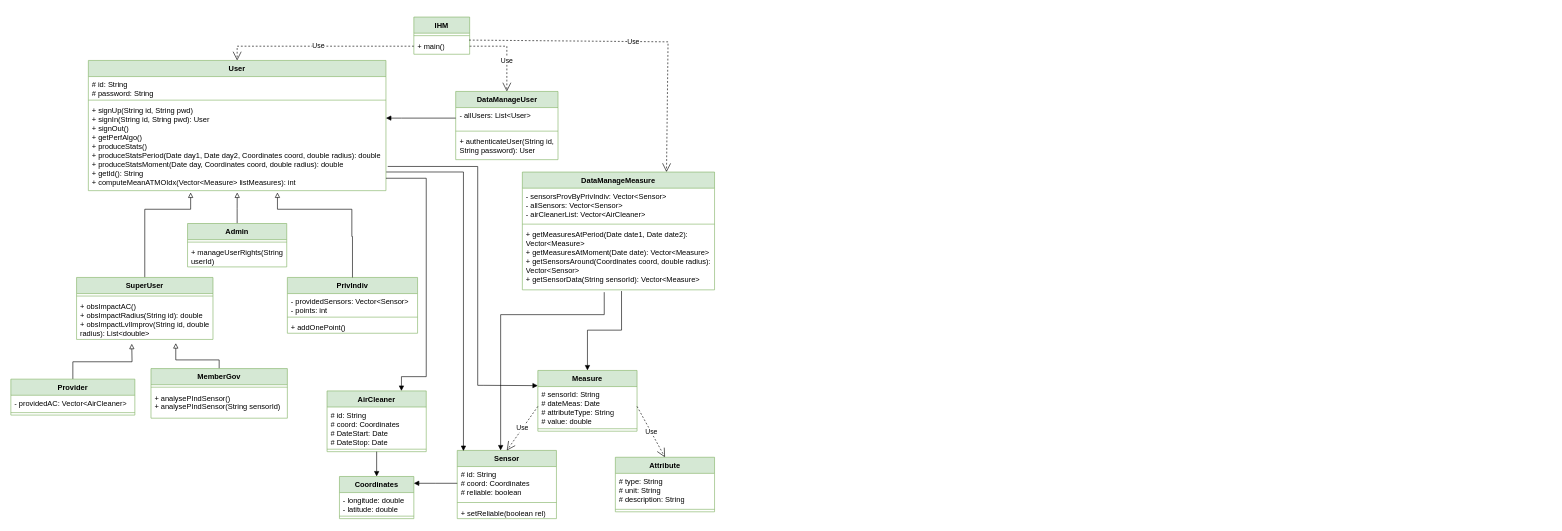
NourJadiri/AirWatcher keeps this draw.io diagram as UML stuff/classDiag.drawio. Above is the earlier version. Source tidied: cells renumbered, new cells numbered last; positions are measured from the earlier drawing's top-left corner, leaving out a move shared by most shapes. Both pictures are drawn from the tidied source at 62%, with x=0, y=0 at pixel (11, 17).
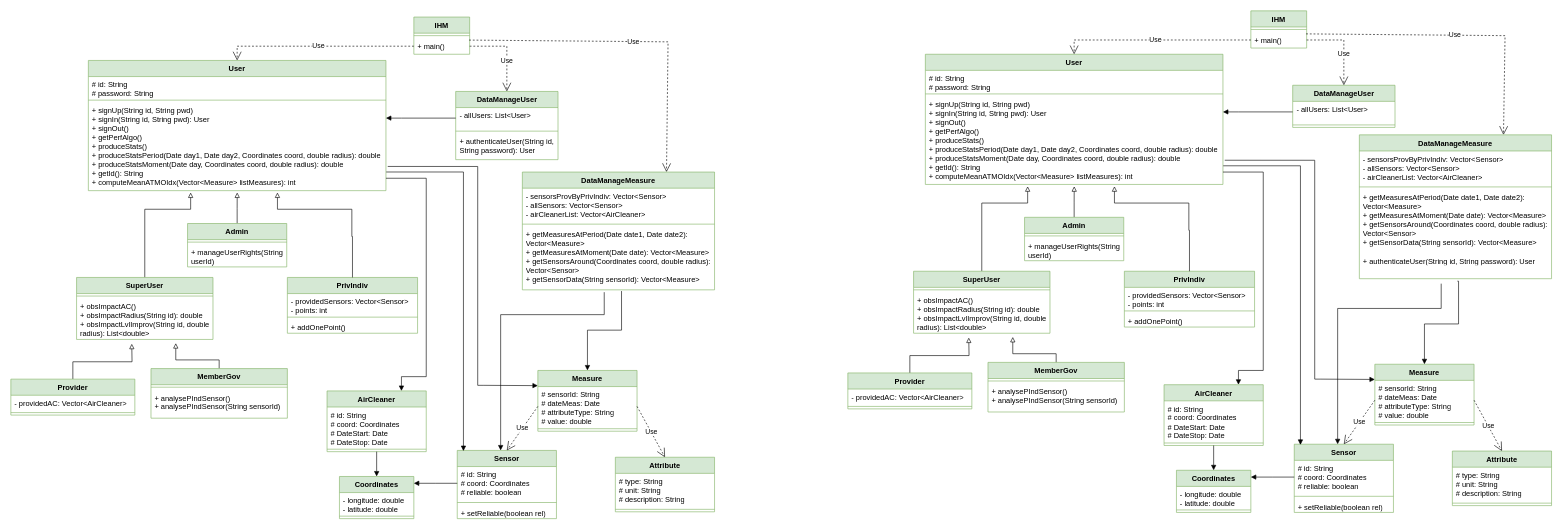
The same page after the edit.

Commit message:
Mettre à jour classDiag.drawio

The edit, as a diff of the source:
```diff
@@
+    <mxCell id="67" value="User" style="swimlane;fontStyle=1;align=center;verticalAlign=top;horizontal=1;startSize=26;whiteSpace=wrap;html=1;fillColor=#d5e8d4;strokeColor=#82b366;" parent="1" vertex="1">
+      <mxGeometry x="1475" y="60" width="480" height="210" as="geometry" />
+    </mxCell>
+    <mxCell id="68" value="# id: String&lt;br&gt;# password: String" style="text;strokeColor=none;fillColor=none;align=left;verticalAlign=top;spacingLeft=4;spacingRight=4;overflow=hidden;whiteSpace=wrap;html=1;" parent="67" vertex="1">
+      <mxGeometry y="26" width="480" height="34" as="geometry" />
+    </mxCell>
+    <mxCell id="69" style="line;strokeWidth=1;fillColor=none;align=left;verticalAlign=middle;spacingTop=-1;spacingLeft=3;spacingRight=3;labelPosition=right;strokeColor=inherit;" parent="67" vertex="1">
+      <mxGeometry y="60" width="480" height="8" as="geometry" />
+    </mxCell>
+    <mxCell id="70" value="+ signUp(String id, String pwd)&lt;br&gt;+ signIn(String id, String pwd): User&lt;br&gt;+ signOut()&lt;br&gt;+ getPerfAlgo()&lt;br&gt;+ produceStats()&lt;br&gt;+ produceStatsPeriod(Date day1, Date day2, Coordinates coord, double radius): double&lt;br&gt;+ produceStatsMoment(Date day, Coordinates coord, double radius): double&lt;br&gt;+ getId(): String&lt;br&gt;+ computeMeanATMOIdx(Vector&amp;lt;Measure&amp;gt; listMeasures): int" style="text;strokeColor=none;fillColor=none;align=left;verticalAlign=top;spacingLeft=4;spacingRight=4;overflow=hidden;points=[[0,0.5],[1,0.5]];portConstraint=eastwest;whiteSpace=wrap;html=1;" parent="67" vertex="1">
+      <mxGeometry y="68" width="480" height="142" as="geometry" />
+    </mxCell>
+    <mxCell id="71" style="edgeStyle=orthogonalEdgeStyle;rounded=0;jettySize=auto;html=1;exitX=0.5;exitY=0;exitDx=0;exitDy=0;endArrow=block;endFill=0;" parent="1" edge="1" source="72">
+      <mxGeometry relative="1" as="geometry">
+        <mxPoint x="1715.1" y="273" as="targetPoint" />
+      </mxGeometry>
+    </mxCell>
+    <mxCell id="72" value="Admin" style="swimlane;fontStyle=1;align=center;verticalAlign=top;horizontal=1;startSize=26;whiteSpace=wrap;html=1;fillColor=#d5e8d4;strokeColor=#82b366;" parent="1" vertex="1">
+      <mxGeometry x="1635" y="323" width="160" height="70" as="geometry" />
+    </mxCell>
+    <mxCell id="73" style="line;strokeWidth=1;fillColor=none;align=left;verticalAlign=middle;spacingTop=-1;spacingLeft=3;spacingRight=3;labelPosition=right;strokeColor=inherit;" parent="72" vertex="1">
+      <mxGeometry y="26" width="160" height="8" as="geometry" />
+    </mxCell>
+    <mxCell id="74" value="+ manageUserRights(String userId)" style="text;strokeColor=none;fillColor=none;align=left;verticalAlign=top;spacingLeft=4;spacingRight=4;overflow=hidden;whiteSpace=wrap;html=1;" parent="72" vertex="1">
+      <mxGeometry y="34" width="160" height="36" as="geometry" />
+    </mxCell>
+    <mxCell id="75" style="edgeStyle=orthogonalEdgeStyle;rounded=0;jettySize=auto;html=1;exitX=0.5;exitY=0;exitDx=0;exitDy=0;endArrow=block;endFill=0;targetPerimeterSpacing=0;strokeWidth=1;" parent="1" edge="1" source="81">
+      <mxGeometry relative="1" as="geometry">
+        <mxPoint x="1640" y="273" as="targetPoint" />
+        <Array as="points">
+          <mxPoint x="1566" y="300" />
+          <mxPoint x="1640" y="300" />
+        </Array>
+      </mxGeometry>
+    </mxCell>
+    <mxCell id="76" value="PrivIndiv" style="swimlane;fontStyle=1;align=center;verticalAlign=top;horizontal=1;startSize=26;whiteSpace=wrap;html=1;fillColor=#d5e8d4;strokeColor=#82b366;" parent="1" vertex="1">
+      <mxGeometry x="1796" y="410" width="210" height="90" as="geometry" />
+    </mxCell>
+    <mxCell id="77" value="- providedSensors: Vector&amp;lt;Sensor&amp;gt;&lt;br&gt;- points: int" style="text;strokeColor=none;fillColor=none;align=left;verticalAlign=top;spacingLeft=4;spacingRight=4;overflow=hidden;whiteSpace=wrap;html=1;" parent="76" vertex="1">
+      <mxGeometry y="26" width="210" height="34" as="geometry" />
+    </mxCell>
+    <mxCell id="78" style="line;strokeWidth=1;fillColor=none;align=left;verticalAlign=middle;spacingTop=-1;spacingLeft=3;spacingRight=3;labelPosition=right;strokeColor=inherit;" parent="76" vertex="1">
+      <mxGeometry y="60" width="210" height="8" as="geometry" />
+    </mxCell>
+    <mxCell id="79" value="+ addOnePoint()" style="text;strokeColor=none;fillColor=none;align=left;verticalAlign=top;spacingLeft=4;spacingRight=4;overflow=hidden;whiteSpace=wrap;html=1;" parent="76" vertex="1">
+      <mxGeometry y="68" width="210" height="22" as="geometry" />
+    </mxCell>
+    <mxCell id="80" style="edgeStyle=orthogonalEdgeStyle;rounded=0;jettySize=auto;html=1;endArrow=block;endFill=0;exitX=0.5;exitY=0;exitDx=0;exitDy=0;" parent="1" edge="1" source="76">
+      <mxGeometry relative="1" as="geometry">
+        <mxPoint x="1780" y="273" as="targetPoint" />
+        <Array as="points">
+          <mxPoint x="1901" y="344" />
+          <mxPoint x="1900" y="300" />
+          <mxPoint x="1780" y="300" />
+        </Array>
+      </mxGeometry>
+    </mxCell>
+    <mxCell id="81" value="SuperUser" style="swimlane;fontStyle=1;align=center;verticalAlign=top;horizontal=1;startSize=26;whiteSpace=wrap;html=1;fillColor=#d5e8d4;strokeColor=#82b366;" parent="1" vertex="1">
+      <mxGeometry x="1456" y="410" width="220" height="100" as="geometry" />
+    </mxCell>
+    <mxCell id="82" style="line;strokeWidth=1;fillColor=none;align=left;verticalAlign=middle;spacingTop=-1;spacingLeft=3;spacingRight=3;labelPosition=right;strokeColor=inherit;" parent="81" vertex="1">
+      <mxGeometry y="26" width="220" height="8" as="geometry" />
+    </mxCell>
+    <mxCell id="83" value="+ obsImpactAC()&lt;br&gt;+ obsImpactRadius(String id): double&lt;br&gt;+ obsImpactLvlImprov(String id, double radius): List&amp;lt;double&amp;gt;" style="text;strokeColor=none;fillColor=none;align=left;verticalAlign=top;spacingLeft=4;spacingRight=4;overflow=hidden;whiteSpace=wrap;html=1;" parent="81" vertex="1">
+      <mxGeometry y="34" width="220" height="66" as="geometry" />
+    </mxCell>
+    <mxCell id="84" style="edgeStyle=orthogonalEdgeStyle;rounded=0;jettySize=auto;html=1;endArrow=block;endFill=0;exitX=0.5;exitY=0;exitDx=0;exitDy=0;" parent="1" edge="1" source="86">
+      <mxGeometry relative="1" as="geometry">
+        <mxPoint x="1545" y="517" as="targetPoint" />
+      </mxGeometry>
+    </mxCell>
+    <mxCell id="85" style="edgeStyle=orthogonalEdgeStyle;rounded=0;jettySize=auto;html=1;endArrow=block;endFill=0;" parent="1" edge="1" source="112">
+      <mxGeometry relative="1" as="geometry">
+        <mxPoint x="1616" y="516" as="targetPoint" />
+        <Array as="points">
+          <mxPoint x="1686" y="543" />
+          <mxPoint x="1616" y="543" />
+        </Array>
+      </mxGeometry>
+    </mxCell>
+    <mxCell id="86" value="Provider" style="swimlane;fontStyle=1;align=center;verticalAlign=top;horizontal=1;startSize=26;whiteSpace=wrap;html=1;fillColor=#d5e8d4;strokeColor=#82b366;" parent="1" vertex="1">
+      <mxGeometry x="1350" y="574" width="200" height="58" as="geometry" />
+    </mxCell>
+    <mxCell id="87" value="- providedAC: Vector&amp;lt;AirCleaner&amp;gt;" style="text;strokeColor=none;fillColor=none;align=left;verticalAlign=top;spacingLeft=4;spacingRight=4;overflow=hidden;whiteSpace=wrap;html=1;" parent="86" vertex="1">
+      <mxGeometry y="26" width="200" height="24" as="geometry" />
+    </mxCell>
+    <mxCell id="88" style="line;strokeWidth=1;fillColor=none;align=left;verticalAlign=middle;spacingTop=-1;spacingLeft=3;spacingRight=3;labelPosition=right;strokeColor=inherit;" parent="86" vertex="1">
+      <mxGeometry y="50" width="200" height="8" as="geometry" />
+    </mxCell>
+    <mxCell id="89" value="Coordinates" style="swimlane;fontStyle=1;align=center;verticalAlign=top;horizontal=1;startSize=26;whiteSpace=wrap;html=1;fillColor=#d5e8d4;strokeColor=#82b366;" parent="1" vertex="1">
+      <mxGeometry x="1880" y="731" width="120" height="68" as="geometry" />
+    </mxCell>
+    <mxCell id="90" value="- longitude: double&lt;br&gt;- latitude: double" style="text;strokeColor=none;fillColor=none;align=left;verticalAlign=top;spacingLeft=4;spacingRight=4;overflow=hidden;whiteSpace=wrap;html=1;" parent="89" vertex="1">
+      <mxGeometry y="26" width="120" height="34" as="geometry" />
+    </mxCell>
+    <mxCell id="91" style="line;strokeWidth=1;fillColor=none;align=left;verticalAlign=middle;spacingTop=-1;spacingLeft=3;spacingRight=3;labelPosition=right;strokeColor=inherit;" parent="89" vertex="1">
+      <mxGeometry y="60" width="120" height="8" as="geometry" />
+    </mxCell>
+    <mxCell id="92" value="IHM" style="swimlane;fontStyle=1;align=center;verticalAlign=top;horizontal=1;startSize=26;whiteSpace=wrap;html=1;fillColor=#d5e8d4;strokeColor=#82b366;" parent="1" vertex="1">
+      <mxGeometry x="2000" y="-10" width="90" height="60" as="geometry" />
+    </mxCell>
+    <mxCell id="93" style="line;strokeWidth=1;fillColor=none;align=left;verticalAlign=middle;spacingTop=-1;spacingLeft=3;spacingRight=3;labelPosition=right;strokeColor=inherit;" parent="92" vertex="1">
+      <mxGeometry y="26" width="90" height="8" as="geometry" />
+    </mxCell>
+    <mxCell id="94" value="+ main()" style="text;strokeColor=none;fillColor=none;align=left;verticalAlign=top;spacingLeft=4;spacingRight=4;overflow=hidden;points=[[0,0.5],[1,0.5]];portConstraint=eastwest;whiteSpace=wrap;html=1;" parent="92" vertex="1">
+      <mxGeometry y="34" width="90" height="26" as="geometry" />
+    </mxCell>
+    <mxCell id="95" value="Sensor" style="swimlane;fontStyle=1;align=center;verticalAlign=top;horizontal=1;startSize=26;whiteSpace=wrap;html=1;fillColor=#d5e8d4;strokeColor=#82b366;" parent="1" vertex="1">
+      <mxGeometry x="2070" y="689" width="160" height="110" as="geometry" />
+    </mxCell>
+    <mxCell id="96" value="# id: String&lt;br&gt;# coord: Coordinates&lt;br&gt;# reliable: boolean" style="text;strokeColor=none;fillColor=none;align=left;verticalAlign=top;spacingLeft=4;spacingRight=4;overflow=hidden;points=[[0,0.5],[1,0.5]];portConstraint=eastwest;whiteSpace=wrap;html=1;" parent="95" vertex="1">
+      <mxGeometry y="26" width="160" height="54" as="geometry" />
+    </mxCell>
+    <mxCell id="97" style="line;strokeWidth=1;fillColor=none;align=left;verticalAlign=middle;spacingTop=-1;spacingLeft=3;spacingRight=3;labelPosition=right;strokeColor=inherit;" parent="95" vertex="1">
+      <mxGeometry y="80" width="160" height="8" as="geometry" />
+    </mxCell>
+    <mxCell id="98" value="+ setReliable(boolean rel)" style="text;strokeColor=none;fillColor=none;align=left;verticalAlign=top;spacingLeft=4;spacingRight=4;overflow=hidden;whiteSpace=wrap;html=1;" parent="95" vertex="1">
+      <mxGeometry y="88" width="160" height="22" as="geometry" />
+    </mxCell>
+    <mxCell id="99" value="AirCleaner" style="swimlane;fontStyle=1;align=center;verticalAlign=top;horizontal=1;startSize=26;whiteSpace=wrap;html=1;fillColor=#d5e8d4;strokeColor=#82b366;" parent="1" vertex="1">
+      <mxGeometry x="1860" y="593" width="160" height="98" as="geometry" />
+    </mxCell>
+    <mxCell id="100" value="# id: String&lt;br&gt;# coord: Coordinates&lt;br&gt;# DateStart: Date&lt;br&gt;# DateStop: Date" style="text;strokeColor=none;fillColor=none;align=left;verticalAlign=top;spacingLeft=4;spacingRight=4;overflow=hidden;whiteSpace=wrap;html=1;" parent="99" vertex="1">
+      <mxGeometry y="26" width="160" height="64" as="geometry" />
+    </mxCell>
+    <mxCell id="101" style="line;strokeWidth=1;fillColor=none;align=left;verticalAlign=middle;spacingTop=-1;spacingLeft=3;spacingRight=3;labelPosition=right;strokeColor=inherit;" parent="99" vertex="1">
+      <mxGeometry y="90" width="160" height="8" as="geometry" />
+    </mxCell>
+    <mxCell id="102" value="Measure" style="swimlane;fontStyle=1;align=center;verticalAlign=top;horizontal=1;startSize=26;whiteSpace=wrap;html=1;fillColor=#d5e8d4;strokeColor=#82b366;" parent="1" vertex="1">
+      <mxGeometry x="2200" y="560" width="160" height="98" as="geometry" />
+    </mxCell>
+    <mxCell id="103" value="# sensorId: String&lt;br&gt;# dateMeas: Date&lt;br&gt;# attributeType: String&lt;br&gt;# value: double" style="text;strokeColor=none;fillColor=none;align=left;verticalAlign=top;spacingLeft=4;spacingRight=4;overflow=hidden;points=[[0,0.5],[1,0.5]];portConstraint=eastwest;whiteSpace=wrap;html=1;" parent="102" vertex="1">
+      <mxGeometry y="26" width="160" height="64" as="geometry" />
+    </mxCell>
+    <mxCell id="104" style="line;strokeWidth=1;fillColor=none;align=left;verticalAlign=middle;spacingTop=-1;spacingLeft=3;spacingRight=3;labelPosition=right;strokeColor=inherit;" parent="102" vertex="1">
+      <mxGeometry y="90" width="160" height="8" as="geometry" />
+    </mxCell>
+    <mxCell id="105" value="Attribute" style="swimlane;fontStyle=1;align=center;verticalAlign=top;horizontal=1;startSize=26;whiteSpace=wrap;html=1;fillColor=#d5e8d4;strokeColor=#82b366;" parent="1" vertex="1">
+      <mxGeometry x="2325" y="700" width="160" height="88" as="geometry" />
+    </mxCell>
+    <mxCell id="106" value="# type: String&lt;br&gt;# unit: String&lt;br&gt;# description: String" style="text;strokeColor=none;fillColor=none;align=left;verticalAlign=top;spacingLeft=4;spacingRight=4;overflow=hidden;whiteSpace=wrap;html=1;" parent="105" vertex="1">
+      <mxGeometry y="26" width="160" height="54" as="geometry" />
+    </mxCell>
+    <mxCell id="107" style="line;strokeWidth=1;fillColor=none;align=left;verticalAlign=middle;spacingTop=-1;spacingLeft=3;spacingRight=3;labelPosition=right;strokeColor=inherit;" parent="105" vertex="1">
+      <mxGeometry y="80" width="160" height="8" as="geometry" />
+    </mxCell>
+    <mxCell id="108" value="Use" style="endArrow=open;endSize=12;dashed=1;html=1;rounded=0;exitX=0;exitY=0.5;exitDx=0;exitDy=0;entryX=0.5;entryY=0;entryDx=0;entryDy=0;" parent="1" edge="1" source="94" target="67">
+      <mxGeometry relative="1" as="geometry">
+        <Array as="points">
+          <mxPoint x="1715" y="37" />
+        </Array>
+      </mxGeometry>
+    </mxCell>
+    <mxCell id="109" value="Use" style="endArrow=open;endSize=12;dashed=1;html=1;rounded=0;exitX=0.99;exitY=0.121;exitDx=0;exitDy=0;entryX=0.75;entryY=0;entryDx=0;entryDy=0;exitPerimeter=0;" parent="1" edge="1" source="94" target="117">
+      <mxGeometry relative="1" as="geometry">
+        <Array as="points">
+          <mxPoint x="2410" y="30" />
+        </Array>
+      </mxGeometry>
+    </mxCell>
+    <mxCell id="110" value="Use" style="endArrow=open;endSize=12;dashed=1;html=1;rounded=0;exitX=0;exitY=0.5;exitDx=0;exitDy=0;entryX=0.5;entryY=0;entryDx=0;entryDy=0;" parent="1" edge="1" source="103" target="95">
+      <mxGeometry relative="1" as="geometry" />
+    </mxCell>
+    <mxCell id="111" value="Use" style="endArrow=open;endSize=12;dashed=1;html=1;rounded=0;exitX=1;exitY=0.5;exitDx=0;exitDy=0;entryX=0.5;entryY=0;entryDx=0;entryDy=0;" parent="1" edge="1" source="103" target="105">
+      <mxGeometry relative="1" as="geometry" />
+    </mxCell>
+    <mxCell id="112" value="MemberGov" style="swimlane;fontStyle=1;align=center;verticalAlign=top;horizontal=1;startSize=26;whiteSpace=wrap;html=1;fillColor=#d5e8d4;strokeColor=#82b366;" parent="1" vertex="1">
+      <mxGeometry x="1576" y="557" width="220" height="80" as="geometry" />
+    </mxCell>
+    <mxCell id="113" style="line;strokeWidth=1;fillColor=none;align=left;verticalAlign=middle;spacingTop=-1;spacingLeft=3;spacingRight=3;labelPosition=right;strokeColor=inherit;" parent="112" vertex="1">
+      <mxGeometry y="26" width="220" height="8" as="geometry" />
+    </mxCell>
+    <mxCell id="114" value="+ analysePIndSensor()&lt;br&gt;+ analysePIndSensor(String sensorId)" style="text;strokeColor=none;fillColor=none;align=left;verticalAlign=top;spacingLeft=4;spacingRight=4;overflow=hidden;whiteSpace=wrap;html=1;" parent="112" vertex="1">
+      <mxGeometry y="34" width="220" height="46" as="geometry" />
+    </mxCell>
+    <mxCell id="115" style="endArrow=block;endFill=1;html=1;edgeStyle=orthogonalEdgeStyle;align=left;verticalAlign=top;rounded=0;exitX=0.5;exitY=1;exitDx=0;exitDy=0;entryX=0.5;entryY=0;entryDx=0;entryDy=0;" parent="1" edge="1" source="99" target="89">
+      <mxGeometry x="-1" relative="1" as="geometry" />
+    </mxCell>
+    <mxCell id="116" style="endArrow=block;endFill=1;html=1;edgeStyle=orthogonalEdgeStyle;align=left;verticalAlign=top;rounded=0;exitX=0;exitY=0.5;exitDx=0;exitDy=0;" parent="1" edge="1" source="96">
+      <mxGeometry x="-1" relative="1" as="geometry">
+        <mxPoint x="2000" y="742" as="targetPoint" />
+      </mxGeometry>
+    </mxCell>
+    <mxCell id="117" value="DataManageMeasure" style="swimlane;fontStyle=1;align=center;verticalAlign=top;horizontal=1;startSize=26;whiteSpace=wrap;html=1;fillColor=#d5e8d4;strokeColor=#82b366;" parent="1" vertex="1">
+      <mxGeometry x="2175" y="190" width="310" height="232" as="geometry" />
+    </mxCell>
+    <mxCell id="118" value="- sensorsProvByPrivIndiv: Vector&amp;lt;Sensor&amp;gt;&lt;br&gt;- allSensors: Vector&amp;lt;Sensor&amp;gt;&lt;br&gt;- airCleanerList: Vector&amp;lt;AirCleaner&amp;gt;" style="text;strokeColor=none;fillColor=none;align=left;verticalAlign=top;spacingLeft=4;spacingRight=4;overflow=hidden;whiteSpace=wrap;html=1;" parent="117" vertex="1">
+      <mxGeometry y="26" width="310" height="54" as="geometry" />
+    </mxCell>
+    <mxCell id="119" style="line;strokeWidth=1;fillColor=none;align=left;verticalAlign=middle;spacingTop=-1;spacingLeft=3;spacingRight=3;labelPosition=right;strokeColor=inherit;" parent="117" vertex="1">
+      <mxGeometry y="80" width="310" height="8" as="geometry" />
+    </mxCell>
+    <mxCell id="120" value="+ getMeasuresAtPeriod(Date date1, Date date2): Vector&amp;lt;Measure&amp;gt;&lt;br&gt;+ getMeasuresAtMoment(Date date): Vector&amp;lt;Measure&amp;gt;&lt;br&gt;+ getSensorsAround(Coordinates coord, double radius): Vector&amp;lt;Sensor&amp;gt;&lt;br&gt;+ getSensorData(String sensorId): Vector&amp;lt;Measure&amp;gt;" style="text;strokeColor=none;fillColor=none;align=left;verticalAlign=top;spacingLeft=4;spacingRight=4;overflow=hidden;whiteSpace=wrap;html=1;" parent="117" vertex="1">
+      <mxGeometry y="88" width="310" height="102" as="geometry" />
+    </mxCell>
+    <mxCell id="121" value="+ authenticateUser(String id, String password): User" style="text;strokeColor=none;fillColor=none;align=left;verticalAlign=top;spacingLeft=4;spacingRight=4;overflow=hidden;points=[[0,0.5],[1,0.5]];portConstraint=eastwest;whiteSpace=wrap;html=1;" parent="117" vertex="1">
+      <mxGeometry y="190" width="310" height="42" as="geometry" />
+    </mxCell>
+    <mxCell id="122" value="DataManageUser" style="swimlane;fontStyle=1;align=center;verticalAlign=top;horizontal=1;startSize=26;whiteSpace=wrap;html=1;fillColor=#d5e8d4;strokeColor=#82b366;" parent="1" vertex="1">
+      <mxGeometry x="2067.5" y="110" width="165" height="68" as="geometry" />
+    </mxCell>
+    <mxCell id="123" value="- allUsers: List&amp;lt;User&amp;gt;" style="text;strokeColor=none;fillColor=none;align=left;verticalAlign=top;spacingLeft=4;spacingRight=4;overflow=hidden;points=[[0,0.5],[1,0.5]];portConstraint=eastwest;whiteSpace=wrap;html=1;" parent="122" vertex="1">
+      <mxGeometry y="26" width="165" height="34" as="geometry" />
+    </mxCell>
+    <mxCell id="124" style="line;strokeWidth=1;fillColor=none;align=left;verticalAlign=middle;spacingTop=-1;spacingLeft=3;spacingRight=3;labelPosition=right;strokeColor=inherit;" parent="122" vertex="1">
+      <mxGeometry y="60" width="165" height="8" as="geometry" />
+    </mxCell>
+    <mxCell id="125" style="endArrow=block;endFill=1;html=1;edgeStyle=orthogonalEdgeStyle;align=left;verticalAlign=top;rounded=0;exitX=0;exitY=0.5;exitDx=0;exitDy=0;" parent="1" edge="1" source="123" target="70">
+      <mxGeometry x="-1" relative="1" as="geometry">
+        <Array as="points">
+          <mxPoint x="1980" y="153" />
+          <mxPoint x="1980" y="153" />
+        </Array>
+      </mxGeometry>
+    </mxCell>
+    <mxCell id="126" value="Use" style="endArrow=open;endSize=12;dashed=1;html=1;rounded=0;exitX=1;exitY=0.5;exitDx=0;exitDy=0;entryX=0.5;entryY=0;entryDx=0;entryDy=0;" parent="1" edge="1" source="94" target="122">
+      <mxGeometry x="0.25" relative="1" as="geometry">
+        <Array as="points">
+          <mxPoint x="2150" y="37" />
+        </Array>
+      </mxGeometry>
+    </mxCell>
+    <mxCell id="127" style="endArrow=block;endFill=1;html=1;edgeStyle=orthogonalEdgeStyle;align=left;verticalAlign=top;rounded=0;exitX=0.51;exitY=1.095;exitDx=0;exitDy=0;exitPerimeter=0;entryX=0.5;entryY=0;entryDx=0;entryDy=0;" parent="1" edge="1" source="121" target="102">
+      <mxGeometry x="-1" relative="1" as="geometry">
+        <Array as="points">
+          <mxPoint x="2335" y="426" />
+          <mxPoint x="2335" y="495" />
+          <mxPoint x="2280" y="495" />
+        </Array>
+      </mxGeometry>
+    </mxCell>
+    <mxCell id="128" style="endArrow=block;endFill=1;html=1;edgeStyle=orthogonalEdgeStyle;align=left;verticalAlign=top;rounded=0;" parent="1" edge="1">
+      <mxGeometry x="-1" relative="1" as="geometry">
+        <mxPoint x="2307" y="430" as="sourcePoint" />
+        <mxPoint x="2140" y="689" as="targetPoint" />
+        <Array as="points">
+          <mxPoint x="2307" y="470" />
+          <mxPoint x="2140" y="470" />
+          <mxPoint x="2140" y="689" />
+        </Array>
+      </mxGeometry>
+    </mxCell>
+    <mxCell id="129" style="endArrow=block;endFill=1;html=1;edgeStyle=orthogonalEdgeStyle;align=left;verticalAlign=top;rounded=0;entryX=0.75;entryY=0;entryDx=0;entryDy=0;" parent="1" edge="1" source="70" target="99">
+      <mxGeometry x="-1" relative="1" as="geometry">
+        <Array as="points">
+          <mxPoint x="2020" y="250" />
+          <mxPoint x="2020" y="570" />
+          <mxPoint x="1980" y="570" />
+        </Array>
+      </mxGeometry>
+    </mxCell>
+    <mxCell id="130" style="endArrow=block;endFill=1;html=1;edgeStyle=orthogonalEdgeStyle;align=left;verticalAlign=top;rounded=0;exitX=1.001;exitY=0.788;exitDx=0;exitDy=0;exitPerimeter=0;" parent="1" edge="1" source="70">
+      <mxGeometry x="-1" relative="1" as="geometry">
+        <mxPoint x="2080" y="690" as="targetPoint" />
+        <Array as="points">
+          <mxPoint x="2080" y="240" />
+          <mxPoint x="2080" y="688" />
+        </Array>
+      </mxGeometry>
+    </mxCell>
+    <mxCell id="131" style="endArrow=block;endFill=1;html=1;edgeStyle=orthogonalEdgeStyle;align=left;verticalAlign=top;rounded=0;exitX=1.006;exitY=0.725;exitDx=0;exitDy=0;exitPerimeter=0;entryX=0;entryY=0.25;entryDx=0;entryDy=0;" parent="1" edge="1" source="70" target="102">
+      <mxGeometry x="-1" relative="1" as="geometry">
+        <Array as="points">
+          <mxPoint x="2103" y="231" />
+          <mxPoint x="2103" y="584" />
+          <mxPoint x="2113" y="584" />
+        </Array>
+      </mxGeometry>
+    </mxCell>
```
